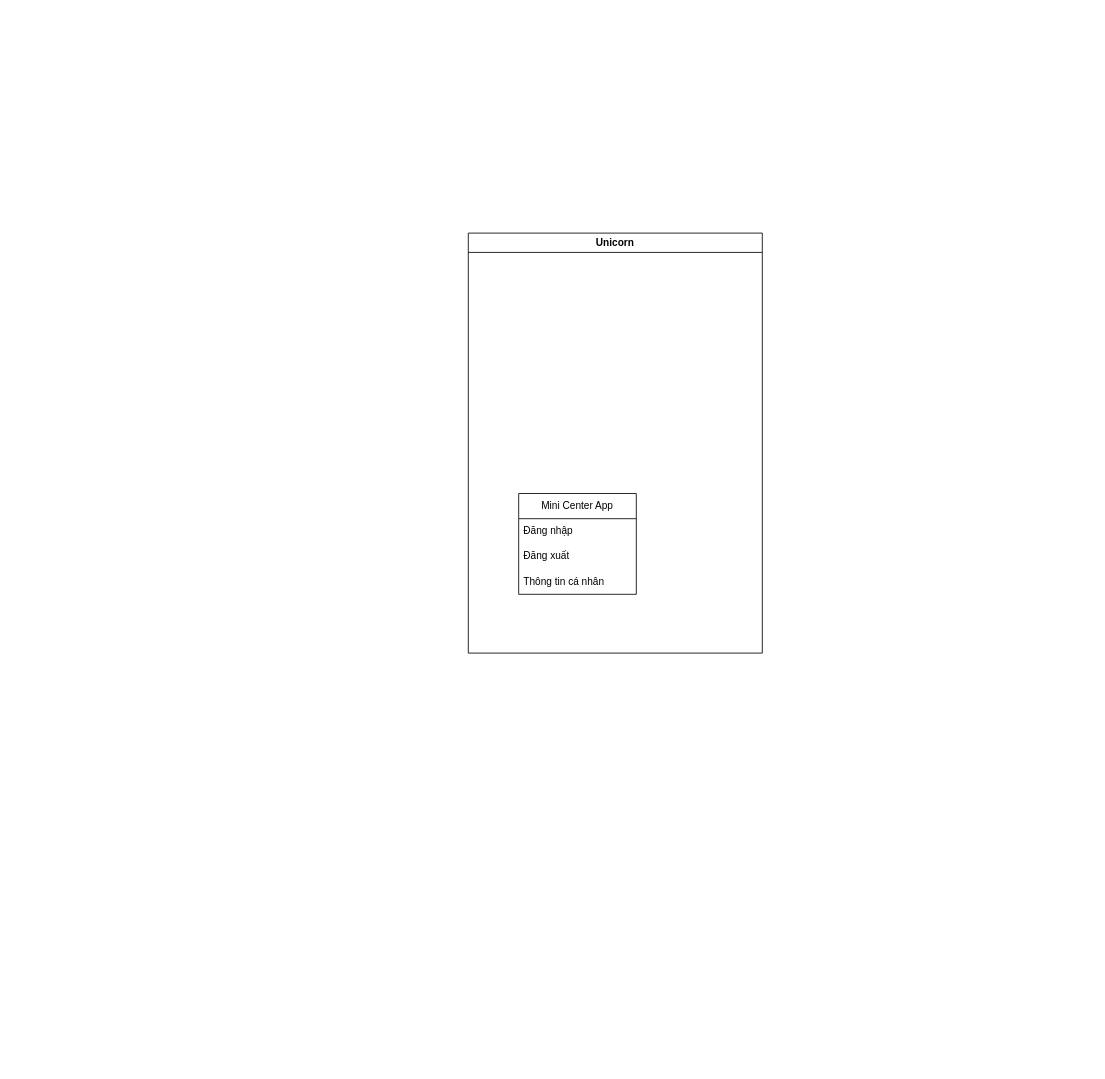
Before: Untitled Diagram.drawio in NguyenCoDuoc/NguyenCoDuoc, a draw.io diagram. Source tidied: cells renumbered, new cells numbered last; positions are measured from the earlier drawing's top-left corner, leaving out a move shared by most shapes. Both pictures are drawn from the tidied source at 84%, with x=0, y=0 at pixel (468, 233).
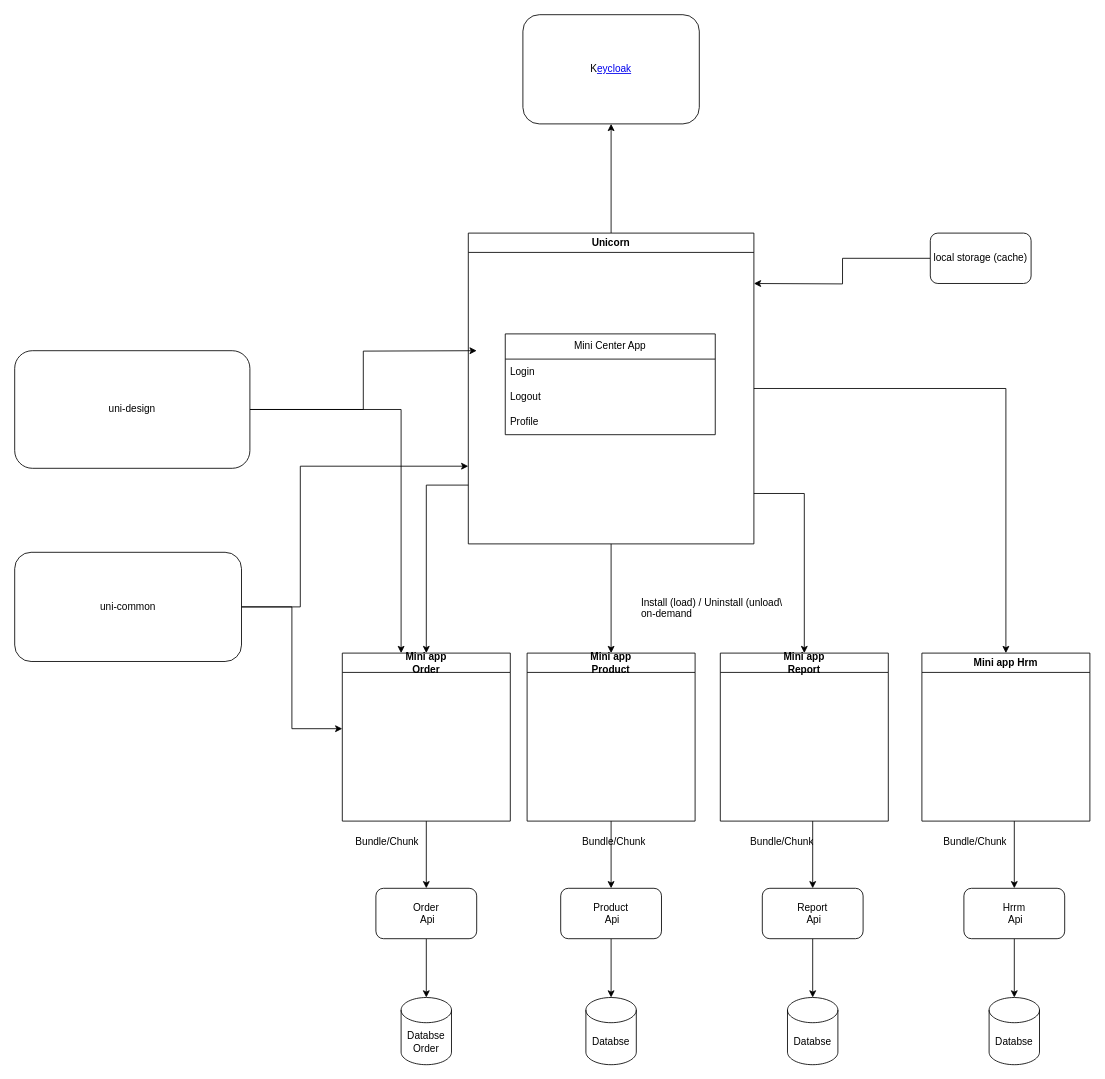
The same diagram, later.

Change to the diagram source:
```diff
@@
+    <mxCell id="7" style="edgeStyle=orthogonalEdgeStyle;rounded=0;jettySize=auto;html=1;entryX=0.5;entryY=0;entryDx=0;entryDy=0;" parent="1" edge="1" source="2" target="20">
+      <mxGeometry relative="1" as="geometry" />
+    </mxCell>
+    <mxCell id="8" style="edgeStyle=orthogonalEdgeStyle;rounded=0;jettySize=auto;html=1;" parent="1" edge="1" source="2" target="19">
+      <mxGeometry relative="1" as="geometry">
+        <Array as="points">
+          <mxPoint x="400" y="310" />
+        </Array>
+      </mxGeometry>
+    </mxCell>
+    <mxCell id="9" style="edgeStyle=orthogonalEdgeStyle;rounded=0;jettySize=auto;html=1;" parent="1" edge="1" source="2" target="12">
+      <mxGeometry relative="1" as="geometry">
+        <Array as="points">
+          <mxPoint x="-50" y="300" />
+        </Array>
+      </mxGeometry>
+    </mxCell>
+    <mxCell id="10" style="edgeStyle=orthogonalEdgeStyle;rounded=0;jettySize=auto;html=1;" parent="1" edge="1" source="2" target="27">
+      <mxGeometry relative="1" as="geometry" />
+    </mxCell>
+    <mxCell id="11" style="edgeStyle=orthogonalEdgeStyle;rounded=0;jettySize=auto;html=1;entryX=0.5;entryY=1;entryDx=0;entryDy=0;" parent="1" edge="1" source="2" target="29">
+      <mxGeometry relative="1" as="geometry" />
+    </mxCell>
     <mxCell id="2" value="Unicorn&lt;br&gt;" style="swimlane;whiteSpace=wrap;html=1;" parent="1" vertex="1">
-      <mxGeometry width="350" height="500" as="geometry" />
+      <mxGeometry width="340" height="370" as="geometry" />
     </mxCell>
     <mxCell id="3" value="Mini Center App&lt;br&gt;" style="swimlane;fontStyle=0;horizontal=1;startSize=30;whiteSpace=wrap;html=1;" parent="2" vertex="1">
-      <mxGeometry x="60" y="310" width="140" height="120" as="geometry" />
+      <mxGeometry x="44" y="120" width="250" height="120" as="geometry" />
     </mxCell>
-    <mxCell id="4" value="Đăng nhập&lt;br&gt;" style="text;strokeColor=none;fillColor=none;align=left;verticalAlign=middle;spacingLeft=4;spacingRight=4;overflow=hidden;whiteSpace=wrap;html=1;" parent="3" vertex="1">
-      <mxGeometry y="30" width="140" height="30" as="geometry" />
+    <mxCell id="4" value="Login" style="text;strokeColor=none;fillColor=none;align=left;verticalAlign=middle;spacingLeft=4;spacingRight=4;overflow=hidden;whiteSpace=wrap;html=1;" parent="3" vertex="1">
+      <mxGeometry y="30" width="250" height="30" as="geometry" />
     </mxCell>
-    <mxCell id="5" value="Đăng xuất&lt;br&gt;" style="text;strokeColor=none;fillColor=none;align=left;verticalAlign=middle;spacingLeft=4;spacingRight=4;overflow=hidden;whiteSpace=wrap;html=1;" parent="3" vertex="1">
-      <mxGeometry y="60" width="140" height="30" as="geometry" />
+    <mxCell id="5" value="Logout" style="text;strokeColor=none;fillColor=none;align=left;verticalAlign=middle;spacingLeft=4;spacingRight=4;overflow=hidden;whiteSpace=wrap;html=1;" parent="3" vertex="1">
+      <mxGeometry y="60" width="250" height="30" as="geometry" />
     </mxCell>
-    <mxCell id="6" value="Thông tin cá nhân&lt;br&gt;" style="text;strokeColor=none;fillColor=none;align=left;verticalAlign=middle;spacingLeft=4;spacingRight=4;overflow=hidden;whiteSpace=wrap;html=1;" parent="3" vertex="1">
-      <mxGeometry y="90" width="140" height="30" as="geometry" />
+    <mxCell id="6" value="Profile&lt;br&gt;" style="text;strokeColor=none;fillColor=none;align=left;verticalAlign=middle;spacingLeft=4;spacingRight=4;overflow=hidden;whiteSpace=wrap;html=1;" parent="3" vertex="1">
+      <mxGeometry y="90" width="250" height="30" as="geometry" />
     </mxCell>
+    <mxCell id="12" value="Mini app &lt;br&gt;Order" style="swimlane;whiteSpace=wrap;html=1;" parent="1" vertex="1">
+      <mxGeometry x="-150" y="500" width="200" height="200" as="geometry" />
+    </mxCell>
+    <mxCell id="13" style="edgeStyle=orthogonalEdgeStyle;rounded=0;jettySize=auto;html=1;" parent="1" edge="1" source="15">
+      <mxGeometry relative="1" as="geometry">
+        <mxPoint x="-150" y="590" as="targetPoint" />
+        <Array as="points">
+          <mxPoint x="-210" y="445" />
+          <mxPoint x="-210" y="590" />
+        </Array>
+      </mxGeometry>
+    </mxCell>
+    <mxCell id="14" style="edgeStyle=orthogonalEdgeStyle;rounded=0;jettySize=auto;html=1;entryX=0;entryY=0.75;entryDx=0;entryDy=0;" parent="1" edge="1" source="15" target="2">
+      <mxGeometry relative="1" as="geometry">
+        <Array as="points">
+          <mxPoint x="-200" y="445" />
+          <mxPoint x="-200" y="278" />
+        </Array>
+      </mxGeometry>
+    </mxCell>
+    <mxCell id="15" value="uni-common" style="rounded=1;whiteSpace=wrap;html=1;" parent="1" vertex="1">
+      <mxGeometry x="-540" y="380" width="270" height="130" as="geometry" />
+    </mxCell>
+    <mxCell id="16" style="edgeStyle=orthogonalEdgeStyle;rounded=0;jettySize=auto;html=1;" parent="1" edge="1" source="18">
+      <mxGeometry relative="1" as="geometry">
+        <mxPoint x="10" y="140" as="targetPoint" />
+      </mxGeometry>
+    </mxCell>
+    <mxCell id="17" style="edgeStyle=orthogonalEdgeStyle;rounded=0;jettySize=auto;html=1;" parent="1" edge="1" source="18" target="12">
+      <mxGeometry relative="1" as="geometry">
+        <Array as="points">
+          <mxPoint x="-80" y="210" />
+        </Array>
+      </mxGeometry>
+    </mxCell>
+    <mxCell id="18" value="uni-design&lt;br&gt;" style="rounded=1;whiteSpace=wrap;html=1;" parent="1" vertex="1">
+      <mxGeometry x="-540" y="140" width="280" height="140" as="geometry" />
+    </mxCell>
+    <mxCell id="19" value="Mini app &lt;br&gt;Report" style="swimlane;whiteSpace=wrap;html=1;" parent="1" vertex="1">
+      <mxGeometry x="300" y="500" width="200" height="200" as="geometry" />
+    </mxCell>
+    <mxCell id="20" value="Mini app &lt;br&gt;Product" style="swimlane;whiteSpace=wrap;html=1;" parent="1" vertex="1">
+      <mxGeometry x="70" y="500" width="200" height="200" as="geometry" />
+    </mxCell>
+    <mxCell id="21" style="edgeStyle=orthogonalEdgeStyle;rounded=0;jettySize=auto;html=1;" parent="1" edge="1" source="22">
+      <mxGeometry relative="1" as="geometry">
+        <mxPoint x="340" y="60" as="targetPoint" />
+      </mxGeometry>
+    </mxCell>
+    <mxCell id="22" value="local storage (cache)" style="rounded=1;whiteSpace=wrap;html=1;" parent="1" vertex="1">
+      <mxGeometry x="550" width="120" height="60" as="geometry" />
+    </mxCell>
+    <mxCell id="23" value="&lt;div&gt;Install (load) / Uninstall (unload\&lt;/div&gt;&lt;div&gt;on-demand&lt;/div&gt;" style="text;strokeColor=none;fillColor=none;align=left;verticalAlign=middle;spacingLeft=4;spacingRight=4;overflow=hidden;whiteSpace=wrap;html=1;" parent="1" vertex="1">
+      <mxGeometry x="200" y="430" width="190" height="30" as="geometry" />
+    </mxCell>
+    <mxCell id="24" value="Bundle/Chunk&lt;br&gt;" style="text;strokeColor=none;fillColor=none;align=left;verticalAlign=middle;spacingLeft=4;spacingRight=4;overflow=hidden;whiteSpace=wrap;html=1;" parent="1" vertex="1">
+      <mxGeometry x="130" y="710" width="100" height="30" as="geometry" />
+    </mxCell>
+    <mxCell id="25" value="Bundle/Chunk&lt;br&gt;" style="text;strokeColor=none;fillColor=none;align=left;verticalAlign=middle;spacingLeft=4;spacingRight=4;overflow=hidden;whiteSpace=wrap;html=1;" parent="1" vertex="1">
+      <mxGeometry x="330" y="710" width="90" height="30" as="geometry" />
+    </mxCell>
+    <mxCell id="26" value="Bundle/Chunk&lt;br&gt;" style="text;strokeColor=none;fillColor=none;align=left;verticalAlign=middle;spacingLeft=4;spacingRight=4;overflow=hidden;whiteSpace=wrap;html=1;" parent="1" vertex="1">
+      <mxGeometry x="-140" y="710" width="90" height="30" as="geometry" />
+    </mxCell>
+    <mxCell id="27" value="Mini app Hrm&lt;br&gt;" style="swimlane;whiteSpace=wrap;html=1;" parent="1" vertex="1">
+      <mxGeometry x="540" y="500" width="200" height="200" as="geometry" />
+    </mxCell>
+    <mxCell id="28" value="Bundle/Chunk&lt;br&gt;" style="text;strokeColor=none;fillColor=none;align=left;verticalAlign=middle;spacingLeft=4;spacingRight=4;overflow=hidden;whiteSpace=wrap;html=1;" parent="1" vertex="1">
+      <mxGeometry x="560" y="710" width="90" height="30" as="geometry" />
+    </mxCell>
+    <mxCell id="29" value="K&lt;a href=&quot;https://www.google.com/search?client=safari&amp;amp;rls=en&amp;amp;q=keycloak&amp;amp;ie=UTF-8&amp;amp;oe=UTF-8&quot;&gt;eycloak&lt;/a&gt;" style="rounded=1;whiteSpace=wrap;html=1;" parent="1" vertex="1">
+      <mxGeometry x="65" y="-260" width="210" height="130" as="geometry" />
+    </mxCell>
+    <mxCell id="30" style="edgeStyle=orthogonalEdgeStyle;rounded=0;jettySize=auto;html=1;entryX=0.5;entryY=0;entryDx=0;entryDy=0;entryPerimeter=0;" parent="1" edge="1" source="31" target="32">
+      <mxGeometry relative="1" as="geometry" />
+    </mxCell>
+    <mxCell id="31" value="Order&lt;br&gt;&amp;nbsp;Api" style="rounded=1;whiteSpace=wrap;html=1;" parent="1" vertex="1">
+      <mxGeometry x="-110" y="780" width="120" height="60" as="geometry" />
+    </mxCell>
+    <mxCell id="32" value="Databse Order&lt;br&gt;" style="shape=cylinder3;whiteSpace=wrap;html=1;boundedLbl=1;backgroundOutline=1;size=15;" parent="1" vertex="1">
+      <mxGeometry x="-80" y="910" width="60" height="80" as="geometry" />
+    </mxCell>
+    <mxCell id="33" style="endArrow=classic;html=1;rounded=0;entryX=0.5;entryY=0;entryDx=0;entryDy=0;exitX=0.5;exitY=1;exitDx=0;exitDy=0;" parent="1" edge="1" source="12" target="31">
+      <mxGeometry relative="1" as="geometry" />
+    </mxCell>
+    <mxCell id="34" style="edgeStyle=orthogonalEdgeStyle;rounded=0;jettySize=auto;html=1;entryX=0.5;entryY=0;entryDx=0;entryDy=0;entryPerimeter=0;" parent="1" edge="1" source="35" target="36">
+      <mxGeometry relative="1" as="geometry" />
+    </mxCell>
+    <mxCell id="35" value="Product&lt;br&gt;&amp;nbsp;Api" style="rounded=1;whiteSpace=wrap;html=1;" parent="1" vertex="1">
+      <mxGeometry x="110" y="780" width="120" height="60" as="geometry" />
+    </mxCell>
+    <mxCell id="36" value="Databse" style="shape=cylinder3;whiteSpace=wrap;html=1;boundedLbl=1;backgroundOutline=1;size=15;" parent="1" vertex="1">
+      <mxGeometry x="140" y="910" width="60" height="80" as="geometry" />
+    </mxCell>
+    <mxCell id="37" style="endArrow=classic;html=1;rounded=0;entryX=0.5;entryY=0;entryDx=0;entryDy=0;exitX=0.5;exitY=1;exitDx=0;exitDy=0;" parent="1" edge="1" target="35">
+      <mxGeometry relative="1" as="geometry">
+        <mxPoint x="170" y="700" as="sourcePoint" />
+      </mxGeometry>
+    </mxCell>
+    <mxCell id="38" style="edgeStyle=orthogonalEdgeStyle;rounded=0;jettySize=auto;html=1;entryX=0.5;entryY=0;entryDx=0;entryDy=0;entryPerimeter=0;" parent="1" edge="1" source="39" target="40">
+      <mxGeometry relative="1" as="geometry" />
+    </mxCell>
+    <mxCell id="39" value="Report&lt;br&gt;&amp;nbsp;Api" style="rounded=1;whiteSpace=wrap;html=1;" parent="1" vertex="1">
+      <mxGeometry x="350" y="780" width="120" height="60" as="geometry" />
+    </mxCell>
+    <mxCell id="40" value="Databse" style="shape=cylinder3;whiteSpace=wrap;html=1;boundedLbl=1;backgroundOutline=1;size=15;" parent="1" vertex="1">
+      <mxGeometry x="380" y="910" width="60" height="80" as="geometry" />
+    </mxCell>
+    <mxCell id="41" style="endArrow=classic;html=1;rounded=0;entryX=0.5;entryY=0;entryDx=0;entryDy=0;exitX=0.5;exitY=1;exitDx=0;exitDy=0;" parent="1" edge="1" target="39">
+      <mxGeometry relative="1" as="geometry">
+        <mxPoint x="410" y="700" as="sourcePoint" />
+      </mxGeometry>
+    </mxCell>
+    <mxCell id="42" style="edgeStyle=orthogonalEdgeStyle;rounded=0;jettySize=auto;html=1;entryX=0.5;entryY=0;entryDx=0;entryDy=0;entryPerimeter=0;" parent="1" edge="1" source="43" target="44">
+      <mxGeometry relative="1" as="geometry" />
+    </mxCell>
+    <mxCell id="43" value="Hrrm&lt;br&gt;&amp;nbsp;Api" style="rounded=1;whiteSpace=wrap;html=1;" parent="1" vertex="1">
+      <mxGeometry x="590" y="780" width="120" height="60" as="geometry" />
+    </mxCell>
+    <mxCell id="44" value="Databse" style="shape=cylinder3;whiteSpace=wrap;html=1;boundedLbl=1;backgroundOutline=1;size=15;" parent="1" vertex="1">
+      <mxGeometry x="620" y="910" width="60" height="80" as="geometry" />
+    </mxCell>
+    <mxCell id="45" style="endArrow=classic;html=1;rounded=0;entryX=0.5;entryY=0;entryDx=0;entryDy=0;exitX=0.5;exitY=1;exitDx=0;exitDy=0;" parent="1" edge="1" target="43">
+      <mxGeometry relative="1" as="geometry">
+        <mxPoint x="650" y="700" as="sourcePoint" />
+      </mxGeometry>
+    </mxCell>
```
